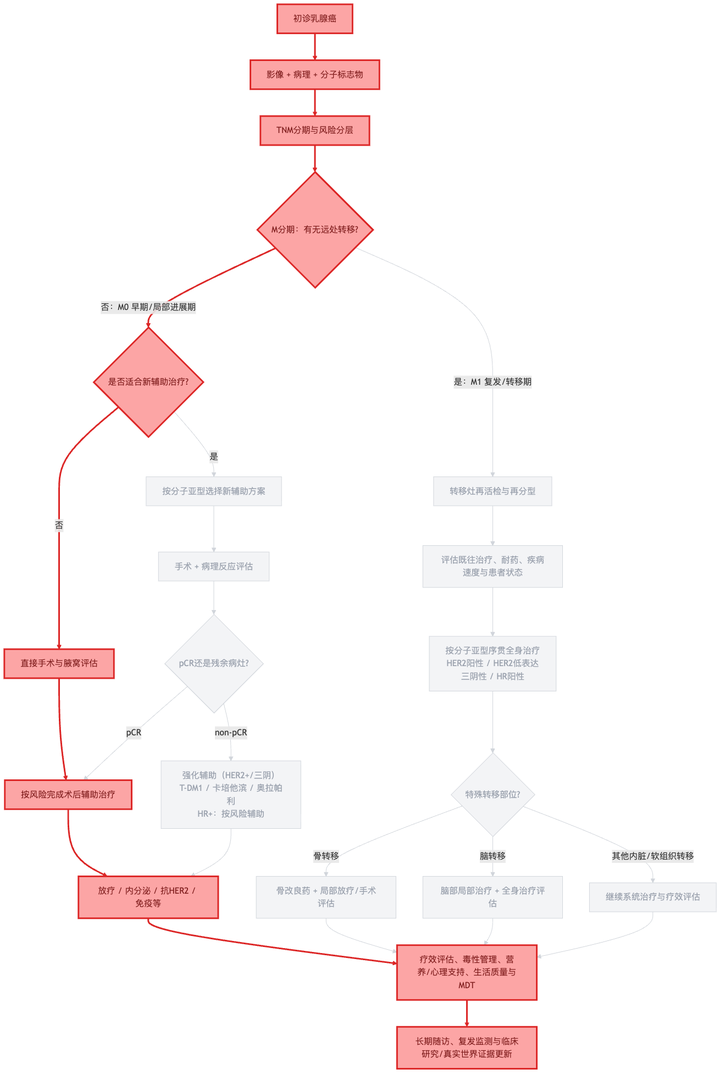
This is diagrams/decision-chain-REAL-004.png from dongjb741280/breast-cancer, a Mermaid export, as it was before one commit. Its source is kept beside it as diagrams/decision-chain-REAL-004.mmd. Its diagram source:
```mermaid
graph TD
    A[初诊乳腺癌]
    B[影像 + 病理 + 分子标志物]
    C[TNM分期与风险分层]
    D{M分期：有无远处转移?}
    E{是否适合新辅助治疗?}
    F[按分子亚型选择新辅助方案]
    G[直接手术与腋窝评估]
    H[手术 + 病理反应评估]
    I{pCR还是残余病灶?}
    J[按风险完成术后辅助治疗]
    K[强化辅助（HER2+/三阴）<br/>T-DM1 / 卡培他滨 / 奥拉帕利<br/>HR+：按风险辅助]
    L[放疗 / 内分泌 / 抗HER2 / 免疫等]
    M[转移灶再活检与再分型]
    N[评估既往治疗、耐药、疾病速度与患者状态]
    O[按分子亚型序贯全身治疗<br/>HER2阳性 / HER2低表达<br/>三阴性 / HR阳性]
    P{特殊转移部位?}
    Q[骨改良药 + 局部放疗/手术评估]
    R[脑部局部治疗 + 全身治疗评估]
    S[继续系统治疗与疗效评估]
    T[疗效评估、毒性管理、营养/心理支持、生活质量与MDT]
    U[长期随访、复发监测与临床研究/真实世界证据更新]
    A --> B
    B --> C
    C --> D
    D -->|否：M0 早期/局部进展期| E
    E -->|是| F
    E -->|否| G
    F --> H
    G --> J
    H --> I
    I -->|pCR| J
    I -->|non-pCR| K
    J --> L
    K --> L
    D -->|是：M1 复发/转移期| M
    M --> N
    N --> O
    O --> P
    P -->|骨转移| Q
    P -->|脑转移| R
    P -->|其他内脏/软组织转移| S
    L --> T
    Q --> T
    R --> T
    S --> T
    T --> U
    classDef path fill:#fca5a5,stroke:#dc2626,color:#7f1d1d,stroke-width:3px;
    classDef dim fill:#f3f4f6,stroke:#d1d5db,color:#9ca3af,stroke-width:1px;
    class A path;
    class B path;
    class C path;
    class D path;
    class E path;
    class F dim;
    class G path;
    class H dim;
    class I dim;
    class J path;
    class K dim;
    class L path;
    class M dim;
    class N dim;
    class O dim;
    class P dim;
    class Q dim;
    class R dim;
    class S dim;
    class T path;
    class U path;
    linkStyle 0 stroke:#dc2626,stroke-width:3px;
    linkStyle 1 stroke:#dc2626,stroke-width:3px;
    linkStyle 2 stroke:#dc2626,stroke-width:3px;
    linkStyle 3 stroke:#dc2626,stroke-width:3px;
    linkStyle 4 stroke:#d1d5db,stroke-width:1px;
    linkStyle 5 stroke:#dc2626,stroke-width:3px;
    linkStyle 6 stroke:#d1d5db,stroke-width:1px;
    linkStyle 7 stroke:#dc2626,stroke-width:3px;
    linkStyle 8 stroke:#d1d5db,stroke-width:1px;
    linkStyle 9 stroke:#d1d5db,stroke-width:1px;
    linkStyle 10 stroke:#d1d5db,stroke-width:1px;
    linkStyle 11 stroke:#dc2626,stroke-width:3px;
    linkStyle 12 stroke:#d1d5db,stroke-width:1px;
    linkStyle 13 stroke:#d1d5db,stroke-width:1px;
    linkStyle 14 stroke:#d1d5db,stroke-width:1px;
    linkStyle 15 stroke:#d1d5db,stroke-width:1px;
    linkStyle 16 stroke:#d1d5db,stroke-width:1px;
    linkStyle 17 stroke:#d1d5db,stroke-width:1px;
    linkStyle 18 stroke:#d1d5db,stroke-width:1px;
    linkStyle 19 stroke:#d1d5db,stroke-width:1px;
    linkStyle 20 stroke:#dc2626,stroke-width:3px;
    linkStyle 21 stroke:#d1d5db,stroke-width:1px;
    linkStyle 22 stroke:#d1d5db,stroke-width:1px;
    linkStyle 23 stroke:#d1d5db,stroke-width:1px;
    linkStyle 24 stroke:#dc2626,stroke-width:3px;
```
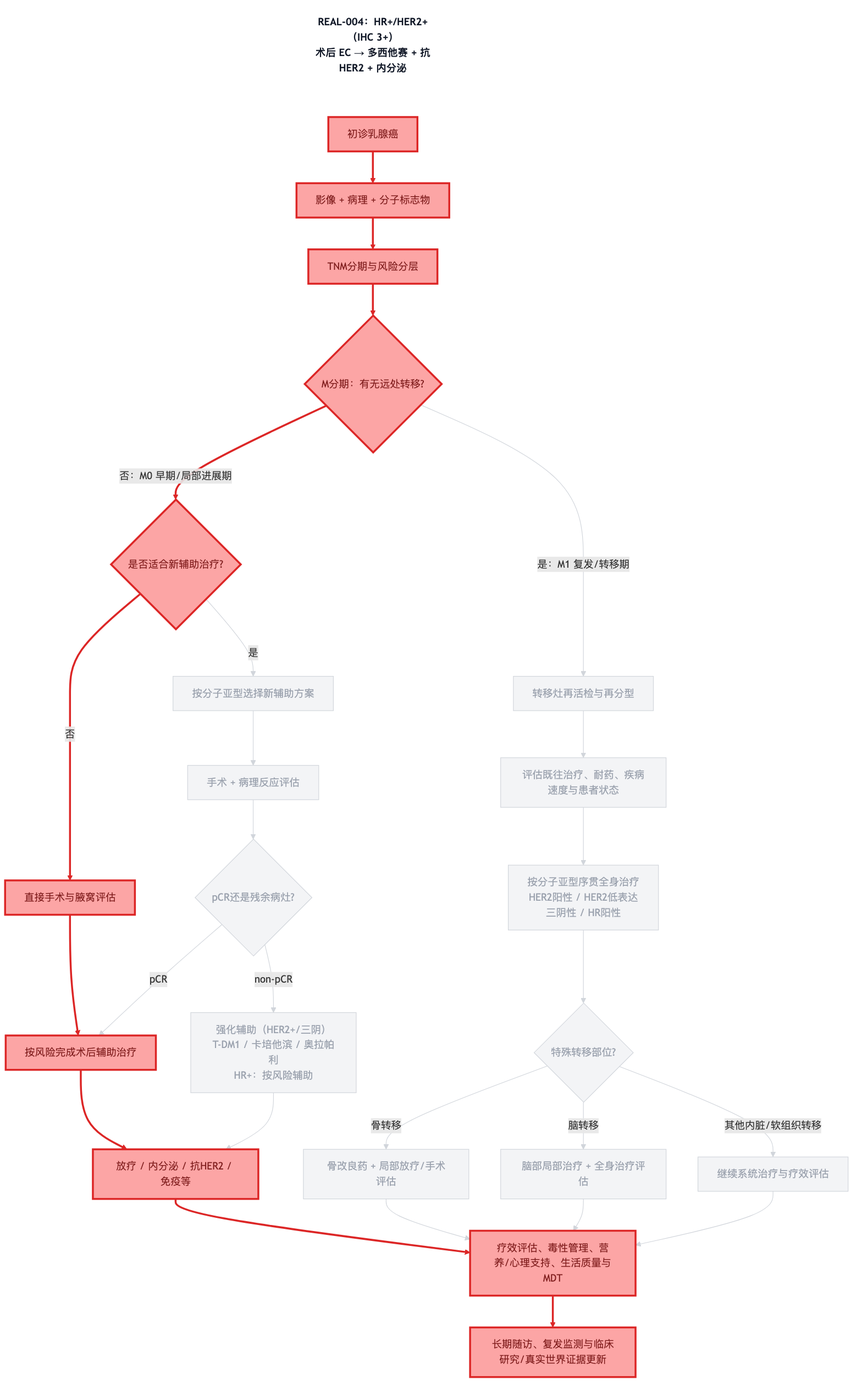
Above is the later version.

The edit, as a diff of the source:
```diff
@@ -1,4 +1,5 @@
 graph TD
+    TITLE["REAL-004：HR+/HER2+（IHC 3+）<br/>术后 EC → 多西他赛 + 抗HER2 + 内分泌"]
     A[初诊乳腺癌]
     B[影像 + 病理 + 分子标志物]
     C[TNM分期与风险分层]
@@ -45,8 +46,11 @@
     R --> T
     S --> T
     T --> U
+    TITLE ~~~ A
     classDef path fill:#fca5a5,stroke:#dc2626,color:#7f1d1d,stroke-width:3px;
     classDef dim fill:#f3f4f6,stroke:#d1d5db,color:#9ca3af,stroke-width:1px;
+    classDef caption fill:#fff,stroke:none,color:#111827,font-weight:bold;
+    class TITLE caption;
     class A path;
     class B path;
     class C path;
```
